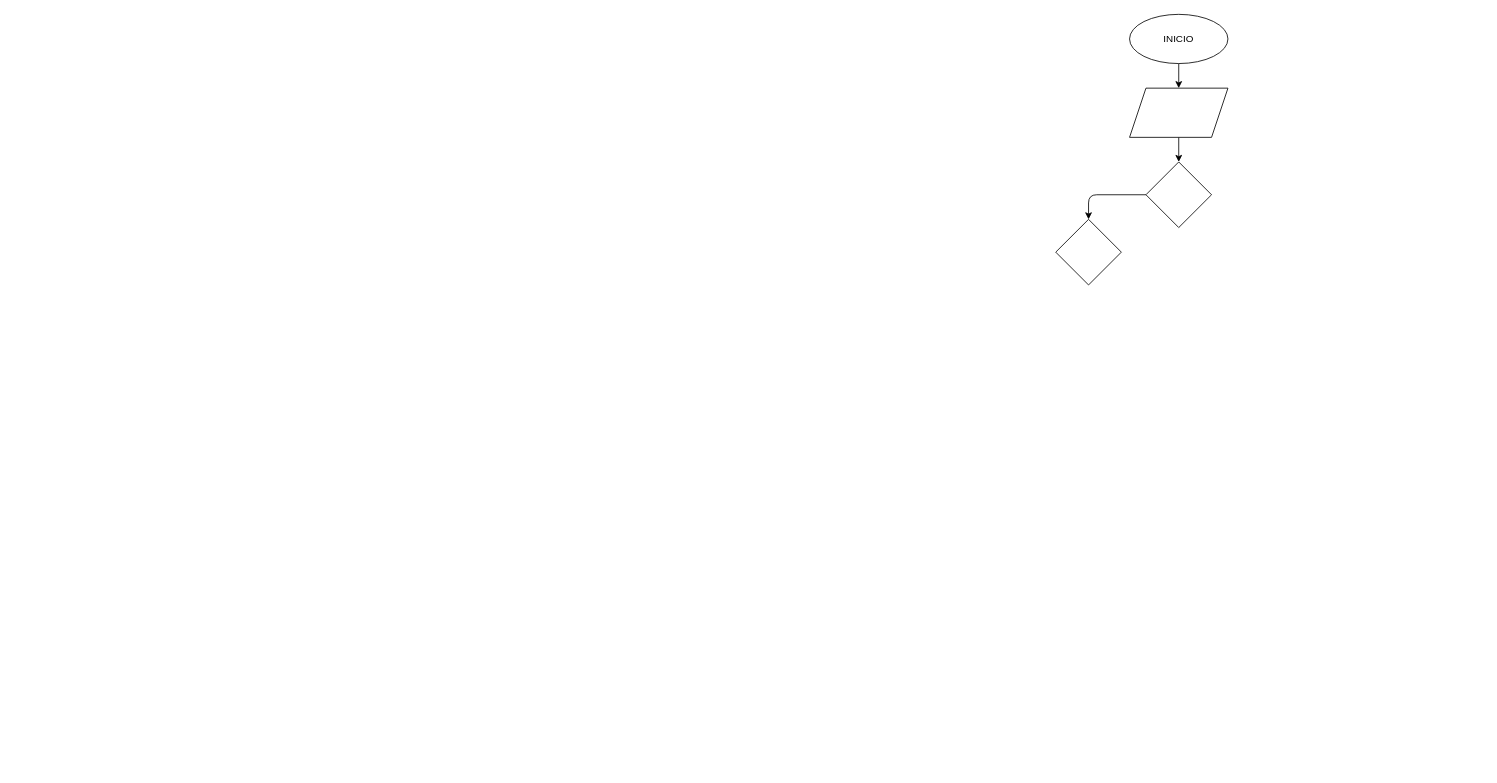
This is diagrama.drawio from danielsierra26/Piedra_Papel_Tijera, a draw.io file, before an edit. Source tidied: cells renumbered, new cells numbered last; positions are measured from the earlier drawing's top-left corner, leaving out a move shared by most shapes. Both pictures are drawn from the tidied source at 82%, with x=0, y=0 at pixel (1055, 14).
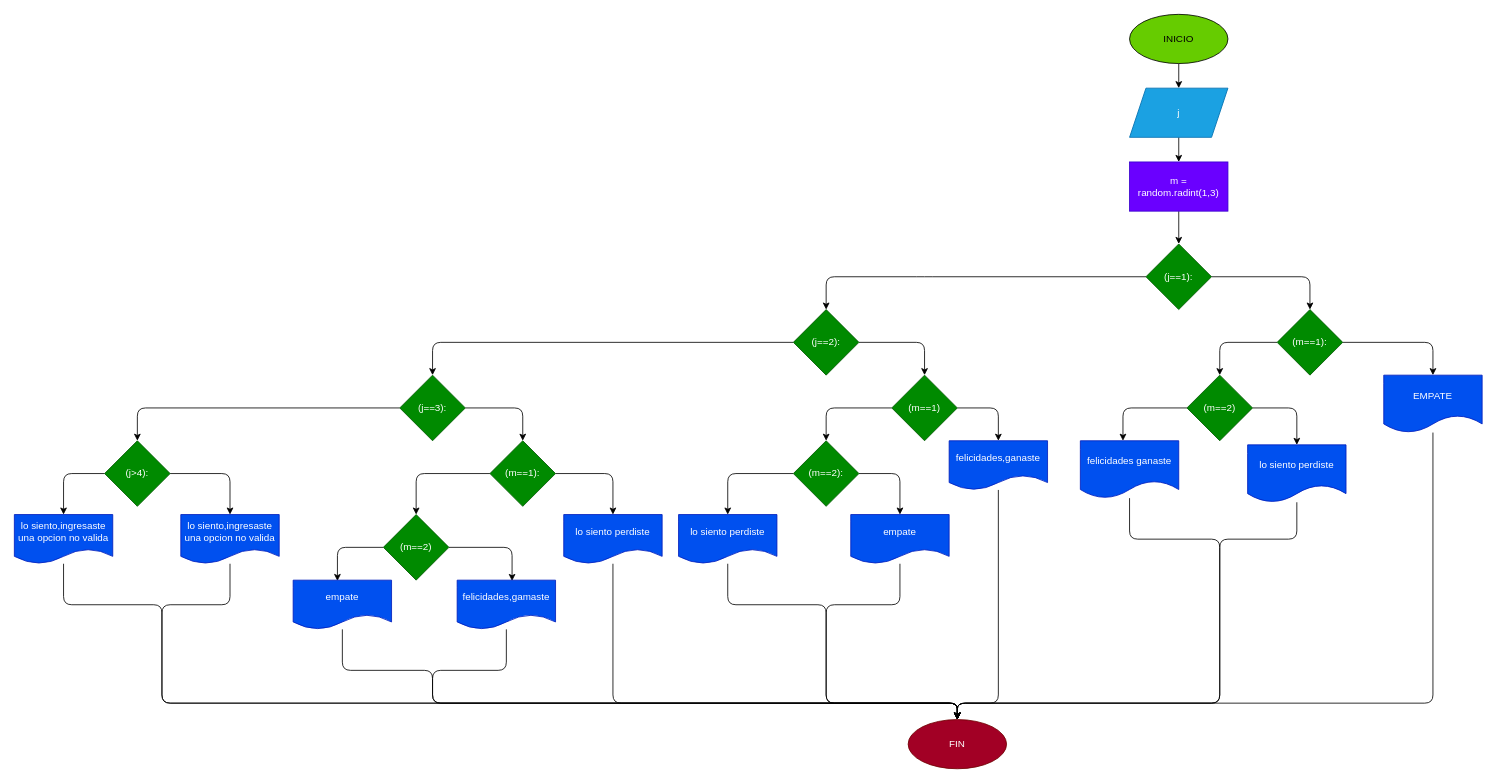
The same page after the edit.

Diff of the diagram source:
```diff
@@
-    <mxCell id="2" style="edgeStyle=none;html=1;" parent="1" edge="1" source="3" target="5">
-      <mxGeometry relative="1" as="geometry" />
-    </mxCell>
+    <mxCell id="9" style="edgeStyle=none;html=1;entryX=0.5;entryY=0;entryDx=0;entryDy=0;" parent="1" edge="1" source="3" target="11">
+      <mxGeometry relative="1" as="geometry" />
+    </mxCell>
-    <mxCell id="3" value="INICIO" style="ellipse;whiteSpace=wrap;html=1;" parent="1" vertex="1">
+    <mxCell id="3" value="INICIO" style="ellipse;whiteSpace=wrap;html=1;fillColor=#66CC00;" parent="1" vertex="1">
       <mxGeometry x="90" width="120" height="60" as="geometry" />
     </mxCell>
-    <mxCell id="4" style="edgeStyle=none;html=1;" parent="1" edge="1" source="5" target="7">
-      <mxGeometry relative="1" as="geometry" />
-    </mxCell>
-    <mxCell id="5" style="shape=parallelogram;perimeter=parallelogramPerimeter;whiteSpace=wrap;html=1;fixedSize=1;" parent="1" vertex="1">
-      <mxGeometry x="90" y="90" width="120" height="60" as="geometry" />
-    </mxCell>
-    <mxCell id="6" style="edgeStyle=none;html=1;entryX=0.5;entryY=0;entryDx=0;entryDy=0;" parent="1" edge="1" source="7" target="8">
-      <mxGeometry relative="1" as="geometry">
-        <Array as="points">
-          <mxPoint x="40" y="220" />
-        </Array>
-      </mxGeometry>
-    </mxCell>
-    <mxCell id="7" style="rhombus;whiteSpace=wrap;html=1;" parent="1" vertex="1">
-      <mxGeometry x="110" y="180" width="80" height="80" as="geometry" />
-    </mxCell>
-    <mxCell id="8" style="rhombus;whiteSpace=wrap;html=1;" parent="1" vertex="1">
-      <mxGeometry y="250" width="80" height="80" as="geometry" />
-    </mxCell>
+    <mxCell id="10" style="edgeStyle=none;html=1;" parent="1" edge="1" source="11">
+      <mxGeometry relative="1" as="geometry">
+        <mxPoint x="150" y="180" as="targetPoint" />
+      </mxGeometry>
+    </mxCell>
+    <mxCell id="11" value="j" style="shape=parallelogram;perimeter=parallelogramPerimeter;whiteSpace=wrap;html=1;fixedSize=1;fillColor=#1ba1e2;fontColor=#ffffff;strokeColor=#006EAF;" parent="1" vertex="1">
+      <mxGeometry x="90" y="90" width="120" height="60" as="geometry" />
+    </mxCell>
+    <mxCell id="12" style="edgeStyle=none;html=1;" parent="1" edge="1" source="13" target="16">
+      <mxGeometry relative="1" as="geometry" />
+    </mxCell>
+    <mxCell id="13" value="m =&lt;br&gt;random.radint(1,3)" style="rounded=0;whiteSpace=wrap;html=1;fillColor=#6a00ff;fontColor=#ffffff;strokeColor=#3700CC;" parent="1" vertex="1">
+      <mxGeometry x="90" y="180" width="120" height="60" as="geometry" />
+    </mxCell>
+    <mxCell id="14" style="edgeStyle=none;html=1;exitX=0.5;exitY=0;exitDx=0;exitDy=0;entryX=0.5;entryY=0;entryDx=0;entryDy=0;" parent="1" edge="1" source="16" target="19">
+      <mxGeometry relative="1" as="geometry">
+        <Array as="points">
+          <mxPoint x="310" y="320" />
+        </Array>
+      </mxGeometry>
+    </mxCell>
+    <mxCell id="15" style="edgeStyle=none;html=1;entryX=0.5;entryY=0;entryDx=0;entryDy=0;" parent="1" edge="1" source="16" target="31">
+      <mxGeometry relative="1" as="geometry">
+        <Array as="points">
+          <mxPoint x="-160" y="320" />
+          <mxPoint x="-280" y="320" />
+        </Array>
+      </mxGeometry>
+    </mxCell>
+    <mxCell id="16" value="(j==1):" style="rhombus;whiteSpace=wrap;html=1;fillColor=#008a00;direction=south;fontColor=#ffffff;strokeColor=#005700;" parent="1" vertex="1">
+      <mxGeometry x="110" y="280" width="80" height="80" as="geometry" />
+    </mxCell>
+    <mxCell id="17" style="edgeStyle=none;html=1;exitX=1;exitY=0.5;exitDx=0;exitDy=0;entryX=0.5;entryY=0;entryDx=0;entryDy=0;" parent="1" edge="1" source="19" target="21">
+      <mxGeometry relative="1" as="geometry">
+        <Array as="points">
+          <mxPoint x="460" y="400" />
+        </Array>
+      </mxGeometry>
+    </mxCell>
+    <mxCell id="18" style="edgeStyle=none;html=1;entryX=0.5;entryY=0;entryDx=0;entryDy=0;" parent="1" edge="1" source="19" target="24">
+      <mxGeometry relative="1" as="geometry">
+        <Array as="points">
+          <mxPoint x="200" y="400" />
+        </Array>
+      </mxGeometry>
+    </mxCell>
+    <mxCell id="19" value="(m==1):" style="rhombus;whiteSpace=wrap;html=1;fillColor=#008a00;fontColor=#ffffff;strokeColor=#005700;" parent="1" vertex="1">
+      <mxGeometry x="270" y="360" width="80" height="80" as="geometry" />
+    </mxCell>
+    <mxCell id="20" style="edgeStyle=none;html=1;entryX=0.5;entryY=0;entryDx=0;entryDy=0;" parent="1" edge="1" source="21" target="66">
+      <mxGeometry relative="1" as="geometry">
+        <Array as="points">
+          <mxPoint x="460" y="840" />
+          <mxPoint x="-120" y="840" />
+        </Array>
+      </mxGeometry>
+    </mxCell>
+    <mxCell id="21" value="EMPATE" style="shape=document;whiteSpace=wrap;html=1;boundedLbl=1;fillColor=#0050ef;fontColor=#ffffff;strokeColor=#001DBC;" parent="1" vertex="1">
+      <mxGeometry x="400" y="440" width="120" height="70" as="geometry" />
+    </mxCell>
+    <mxCell id="22" style="edgeStyle=none;html=1;entryX=0.433;entryY=0;entryDx=0;entryDy=0;entryPerimeter=0;" parent="1" edge="1" source="24" target="26">
+      <mxGeometry relative="1" as="geometry">
+        <Array as="points">
+          <mxPoint x="82" y="480" />
+        </Array>
+      </mxGeometry>
+    </mxCell>
+    <mxCell id="23" style="edgeStyle=none;html=1;exitX=1;exitY=0.5;exitDx=0;exitDy=0;entryX=0.5;entryY=0;entryDx=0;entryDy=0;" parent="1" edge="1" source="24" target="28">
+      <mxGeometry relative="1" as="geometry">
+        <Array as="points">
+          <mxPoint x="294" y="480" />
+        </Array>
+      </mxGeometry>
+    </mxCell>
+    <mxCell id="24" value="(m==2)" style="rhombus;whiteSpace=wrap;html=1;fillColor=#008a00;fontColor=#ffffff;strokeColor=#005700;" parent="1" vertex="1">
+      <mxGeometry x="160" y="440" width="80" height="80" as="geometry" />
+    </mxCell>
+    <mxCell id="25" style="edgeStyle=none;html=1;entryX=0.5;entryY=0;entryDx=0;entryDy=0;" parent="1" edge="1" source="26" target="66">
+      <mxGeometry relative="1" as="geometry">
+        <Array as="points">
+          <mxPoint x="90" y="640" />
+          <mxPoint x="200" y="640" />
+          <mxPoint x="200" y="840" />
+          <mxPoint x="-120" y="840" />
+        </Array>
+      </mxGeometry>
+    </mxCell>
+    <mxCell id="26" value="felicidades ganaste" style="shape=document;whiteSpace=wrap;html=1;boundedLbl=1;fillColor=#0050ef;fontColor=#ffffff;strokeColor=#001DBC;" parent="1" vertex="1">
+      <mxGeometry x="30" y="520" width="120" height="70" as="geometry" />
+    </mxCell>
+    <mxCell id="27" style="edgeStyle=none;html=1;" parent="1" edge="1" source="28">
+      <mxGeometry relative="1" as="geometry">
+        <mxPoint x="-120" y="860" as="targetPoint" />
+        <Array as="points">
+          <mxPoint x="294" y="640" />
+          <mxPoint x="200" y="640" />
+          <mxPoint x="200" y="840" />
+          <mxPoint x="-120" y="840" />
+        </Array>
+      </mxGeometry>
+    </mxCell>
+    <mxCell id="28" value="lo siento perdiste" style="shape=document;whiteSpace=wrap;html=1;boundedLbl=1;fillColor=#0050ef;fontColor=#ffffff;strokeColor=#001DBC;" parent="1" vertex="1">
+      <mxGeometry x="234" y="525" width="120" height="70" as="geometry" />
+    </mxCell>
+    <mxCell id="29" style="edgeStyle=none;html=1;exitX=1;exitY=0.5;exitDx=0;exitDy=0;entryX=0.5;entryY=0;entryDx=0;entryDy=0;" parent="1" edge="1" source="31" target="34">
+      <mxGeometry relative="1" as="geometry">
+        <Array as="points">
+          <mxPoint x="-160" y="400" />
+        </Array>
+      </mxGeometry>
+    </mxCell>
+    <mxCell id="30" style="edgeStyle=none;html=1;entryX=0.5;entryY=0;entryDx=0;entryDy=0;" parent="1" edge="1" source="31" target="46">
+      <mxGeometry relative="1" as="geometry">
+        <Array as="points">
+          <mxPoint x="-760" y="400" />
+        </Array>
+      </mxGeometry>
+    </mxCell>
+    <mxCell id="31" value="(j==2):" style="rhombus;whiteSpace=wrap;html=1;fillColor=#008a00;fontColor=#ffffff;strokeColor=#005700;" parent="1" vertex="1">
+      <mxGeometry x="-320" y="360" width="80" height="80" as="geometry" />
+    </mxCell>
+    <mxCell id="32" style="edgeStyle=none;html=1;exitX=1;exitY=0.5;exitDx=0;exitDy=0;entryX=0.5;entryY=0;entryDx=0;entryDy=0;" parent="1" edge="1" source="34" target="36">
+      <mxGeometry relative="1" as="geometry">
+        <Array as="points">
+          <mxPoint x="-70" y="480" />
+        </Array>
+      </mxGeometry>
+    </mxCell>
+    <mxCell id="33" style="edgeStyle=none;html=1;entryX=0.5;entryY=0;entryDx=0;entryDy=0;" parent="1" edge="1" source="34" target="39">
+      <mxGeometry relative="1" as="geometry">
+        <Array as="points">
+          <mxPoint x="-280" y="480" />
+        </Array>
+      </mxGeometry>
+    </mxCell>
+    <mxCell id="34" value="(m==1)" style="rhombus;whiteSpace=wrap;html=1;fillColor=#008a00;fontColor=#ffffff;strokeColor=#005700;" parent="1" vertex="1">
+      <mxGeometry x="-200" y="440" width="80" height="80" as="geometry" />
+    </mxCell>
+    <mxCell id="35" style="edgeStyle=none;html=1;entryX=0.5;entryY=0;entryDx=0;entryDy=0;" parent="1" edge="1" source="36" target="66">
+      <mxGeometry relative="1" as="geometry">
+        <Array as="points">
+          <mxPoint x="-70" y="840" />
+          <mxPoint x="-120" y="840" />
+        </Array>
+      </mxGeometry>
+    </mxCell>
+    <mxCell id="36" value="felicidades,ganaste" style="shape=document;whiteSpace=wrap;html=1;boundedLbl=1;fillColor=#0050ef;fontColor=#ffffff;strokeColor=#001DBC;" parent="1" vertex="1">
+      <mxGeometry x="-130" y="520" width="120" height="60" as="geometry" />
+    </mxCell>
+    <mxCell id="37" style="edgeStyle=none;html=1;entryX=0.5;entryY=0;entryDx=0;entryDy=0;" parent="1" edge="1" source="39" target="43">
+      <mxGeometry relative="1" as="geometry">
+        <Array as="points">
+          <mxPoint x="-400" y="560" />
+        </Array>
+      </mxGeometry>
+    </mxCell>
+    <mxCell id="38" style="edgeStyle=none;html=1;exitX=1;exitY=0.5;exitDx=0;exitDy=0;entryX=0.5;entryY=0;entryDx=0;entryDy=0;" parent="1" edge="1" source="39" target="41">
+      <mxGeometry relative="1" as="geometry">
+        <Array as="points">
+          <mxPoint x="-190" y="560" />
+        </Array>
+      </mxGeometry>
+    </mxCell>
+    <mxCell id="39" value="(m==2):" style="rhombus;whiteSpace=wrap;html=1;fillColor=#008a00;fontColor=#ffffff;strokeColor=#005700;" parent="1" vertex="1">
+      <mxGeometry x="-320" y="520" width="80" height="80" as="geometry" />
+    </mxCell>
+    <mxCell id="40" style="edgeStyle=none;html=1;entryX=0.5;entryY=0;entryDx=0;entryDy=0;" parent="1" edge="1" source="41" target="66">
+      <mxGeometry relative="1" as="geometry">
+        <Array as="points">
+          <mxPoint x="-190" y="720" />
+          <mxPoint x="-280" y="720" />
+          <mxPoint x="-280" y="840" />
+          <mxPoint x="-120" y="840" />
+        </Array>
+      </mxGeometry>
+    </mxCell>
+    <mxCell id="41" value="empate" style="shape=document;whiteSpace=wrap;html=1;boundedLbl=1;fillColor=#0050ef;fontColor=#ffffff;strokeColor=#001DBC;" parent="1" vertex="1">
+      <mxGeometry x="-250" y="610" width="120" height="60" as="geometry" />
+    </mxCell>
+    <mxCell id="42" style="edgeStyle=none;html=1;entryX=0.5;entryY=0;entryDx=0;entryDy=0;" parent="1" edge="1" source="43" target="66">
+      <mxGeometry relative="1" as="geometry">
+        <Array as="points">
+          <mxPoint x="-400" y="720" />
+          <mxPoint x="-280" y="720" />
+          <mxPoint x="-280" y="840" />
+          <mxPoint x="-120" y="840" />
+        </Array>
+      </mxGeometry>
+    </mxCell>
+    <mxCell id="43" value="lo siento perdiste" style="shape=document;whiteSpace=wrap;html=1;boundedLbl=1;fillColor=#0050ef;fontColor=#ffffff;strokeColor=#001DBC;" parent="1" vertex="1">
+      <mxGeometry x="-460" y="610" width="120" height="60" as="geometry" />
+    </mxCell>
+    <mxCell id="44" style="edgeStyle=none;html=1;exitX=1;exitY=0.5;exitDx=0;exitDy=0;entryX=0.5;entryY=0;entryDx=0;entryDy=0;" parent="1" edge="1" source="46" target="49">
+      <mxGeometry relative="1" as="geometry">
+        <Array as="points">
+          <mxPoint x="-650" y="480" />
+        </Array>
+      </mxGeometry>
+    </mxCell>
+    <mxCell id="45" style="edgeStyle=none;html=1;entryX=0.5;entryY=0;entryDx=0;entryDy=0;" parent="1" edge="1" source="46" target="61">
+      <mxGeometry relative="1" as="geometry">
+        <Array as="points">
+          <mxPoint x="-1120" y="480" />
+        </Array>
+      </mxGeometry>
+    </mxCell>
+    <mxCell id="46" value="(j==3):" style="rhombus;whiteSpace=wrap;html=1;fillColor=#008a00;fontColor=#ffffff;strokeColor=#005700;" parent="1" vertex="1">
+      <mxGeometry x="-800" y="440" width="80" height="80" as="geometry" />
+    </mxCell>
+    <mxCell id="47" style="edgeStyle=none;html=1;exitX=1;exitY=0.5;exitDx=0;exitDy=0;entryX=0.5;entryY=0;entryDx=0;entryDy=0;" parent="1" edge="1" source="49" target="51">
+      <mxGeometry relative="1" as="geometry">
+        <Array as="points">
+          <mxPoint x="-540" y="560" />
+        </Array>
+      </mxGeometry>
+    </mxCell>
+    <mxCell id="48" style="edgeStyle=none;html=1;entryX=0.5;entryY=0;entryDx=0;entryDy=0;" parent="1" edge="1" source="49" target="54">
+      <mxGeometry relative="1" as="geometry">
+        <Array as="points">
+          <mxPoint x="-780" y="560" />
+        </Array>
+      </mxGeometry>
+    </mxCell>
+    <mxCell id="49" value="(m==1):" style="rhombus;whiteSpace=wrap;html=1;fillColor=#008a00;fontColor=#ffffff;strokeColor=#005700;" parent="1" vertex="1">
+      <mxGeometry x="-690" y="520" width="80" height="80" as="geometry" />
+    </mxCell>
+    <mxCell id="50" style="edgeStyle=none;html=1;entryX=0.5;entryY=0;entryDx=0;entryDy=0;" parent="1" edge="1" source="51" target="66">
+      <mxGeometry relative="1" as="geometry">
+        <Array as="points">
+          <mxPoint x="-540" y="840" />
+          <mxPoint x="-120" y="840" />
+        </Array>
+      </mxGeometry>
+    </mxCell>
+    <mxCell id="51" value="lo siento perdiste" style="shape=document;whiteSpace=wrap;html=1;boundedLbl=1;fillColor=#0050ef;fontColor=#ffffff;strokeColor=#001DBC;" parent="1" vertex="1">
+      <mxGeometry x="-600" y="610" width="120" height="60" as="geometry" />
+    </mxCell>
+    <mxCell id="52" style="edgeStyle=none;html=1;exitX=0;exitY=0.5;exitDx=0;exitDy=0;entryX=0.45;entryY=0.017;entryDx=0;entryDy=0;entryPerimeter=0;" parent="1" edge="1" source="54" target="58">
+      <mxGeometry relative="1" as="geometry">
+        <Array as="points">
+          <mxPoint x="-876" y="650" />
+        </Array>
+      </mxGeometry>
+    </mxCell>
+    <mxCell id="53" style="edgeStyle=none;html=1;exitX=1;exitY=0.5;exitDx=0;exitDy=0;entryX=0.558;entryY=0.017;entryDx=0;entryDy=0;entryPerimeter=0;" parent="1" edge="1" source="54" target="56">
+      <mxGeometry relative="1" as="geometry">
+        <Array as="points">
+          <mxPoint x="-663" y="650" />
+        </Array>
+      </mxGeometry>
+    </mxCell>
+    <mxCell id="54" value="(m==2)" style="rhombus;whiteSpace=wrap;html=1;fillColor=#008a00;fontColor=#ffffff;strokeColor=#005700;" parent="1" vertex="1">
+      <mxGeometry x="-820" y="610" width="80" height="80" as="geometry" />
+    </mxCell>
+    <mxCell id="55" style="edgeStyle=none;html=1;" parent="1" edge="1" source="56">
+      <mxGeometry relative="1" as="geometry">
+        <mxPoint x="-120" y="860" as="targetPoint" />
+        <Array as="points">
+          <mxPoint x="-670" y="800" />
+          <mxPoint x="-760" y="800" />
+          <mxPoint x="-760" y="840" />
+          <mxPoint x="-120" y="840" />
+        </Array>
+      </mxGeometry>
+    </mxCell>
+    <mxCell id="56" value="felicidades,gamaste" style="shape=document;whiteSpace=wrap;html=1;boundedLbl=1;fillColor=#0050ef;fontColor=#ffffff;strokeColor=#001DBC;" parent="1" vertex="1">
+      <mxGeometry x="-730" y="690" width="120" height="60" as="geometry" />
+    </mxCell>
+    <mxCell id="57" style="edgeStyle=none;html=1;entryX=0.5;entryY=0;entryDx=0;entryDy=0;" parent="1" edge="1" source="58" target="66">
+      <mxGeometry relative="1" as="geometry">
+        <Array as="points">
+          <mxPoint x="-870" y="800" />
+          <mxPoint x="-760" y="800" />
+          <mxPoint x="-760" y="840" />
+          <mxPoint x="-120" y="840" />
+        </Array>
+      </mxGeometry>
+    </mxCell>
+    <mxCell id="58" value="empate" style="shape=document;whiteSpace=wrap;html=1;boundedLbl=1;fillColor=#0050ef;fontColor=#ffffff;strokeColor=#001DBC;" parent="1" vertex="1">
+      <mxGeometry x="-930" y="690" width="120" height="60" as="geometry" />
+    </mxCell>
+    <mxCell id="59" style="edgeStyle=none;html=1;exitX=0;exitY=0.5;exitDx=0;exitDy=0;entryX=0.5;entryY=0;entryDx=0;entryDy=0;" parent="1" edge="1" source="61" target="65">
+      <mxGeometry relative="1" as="geometry">
+        <Array as="points">
+          <mxPoint x="-1210" y="560" />
+        </Array>
+      </mxGeometry>
+    </mxCell>
+    <mxCell id="60" style="edgeStyle=none;html=1;exitX=1;exitY=0.5;exitDx=0;exitDy=0;entryX=0.5;entryY=0;entryDx=0;entryDy=0;" parent="1" edge="1" source="61" target="63">
+      <mxGeometry relative="1" as="geometry">
+        <Array as="points">
+          <mxPoint x="-1007" y="560" />
+        </Array>
+      </mxGeometry>
+    </mxCell>
+    <mxCell id="61" value="(j&amp;gt;4):" style="rhombus;whiteSpace=wrap;html=1;fillColor=#008a00;fontColor=#ffffff;strokeColor=#005700;" parent="1" vertex="1">
+      <mxGeometry x="-1160" y="520" width="80" height="80" as="geometry" />
+    </mxCell>
+    <mxCell id="62" style="edgeStyle=none;html=1;" parent="1" edge="1" source="63">
+      <mxGeometry relative="1" as="geometry">
+        <mxPoint x="-120" y="860" as="targetPoint" />
+        <Array as="points">
+          <mxPoint x="-1007" y="720" />
+          <mxPoint x="-1090" y="720" />
+          <mxPoint x="-1090" y="840" />
+          <mxPoint x="-120" y="840" />
+        </Array>
+      </mxGeometry>
+    </mxCell>
+    <mxCell id="63" value="lo siento,ingresaste una opcion no valida" style="shape=document;whiteSpace=wrap;html=1;boundedLbl=1;fillColor=#0050ef;fontColor=#ffffff;strokeColor=#001DBC;" parent="1" vertex="1">
+      <mxGeometry x="-1067" y="610" width="120" height="60" as="geometry" />
+    </mxCell>
+    <mxCell id="64" style="edgeStyle=none;html=1;entryX=0.5;entryY=0;entryDx=0;entryDy=0;" parent="1" edge="1" source="65" target="66">
+      <mxGeometry relative="1" as="geometry">
+        <Array as="points">
+          <mxPoint x="-1210" y="720" />
+          <mxPoint x="-1090" y="720" />
+          <mxPoint x="-1090" y="840" />
+          <mxPoint x="-120" y="840" />
+        </Array>
+      </mxGeometry>
+    </mxCell>
+    <mxCell id="65" value="lo siento,ingresaste una opcion no valida" style="shape=document;whiteSpace=wrap;html=1;boundedLbl=1;fillColor=#0050ef;fontColor=#ffffff;strokeColor=#001DBC;" parent="1" vertex="1">
+      <mxGeometry x="-1270" y="610" width="120" height="60" as="geometry" />
+    </mxCell>
+    <mxCell id="66" value="FIN" style="ellipse;whiteSpace=wrap;html=1;fillColor=#a20025;fontColor=#ffffff;strokeColor=#6F0000;" parent="1" vertex="1">
+      <mxGeometry x="-180" y="860" width="120" height="60" as="geometry" />
+    </mxCell>
```
